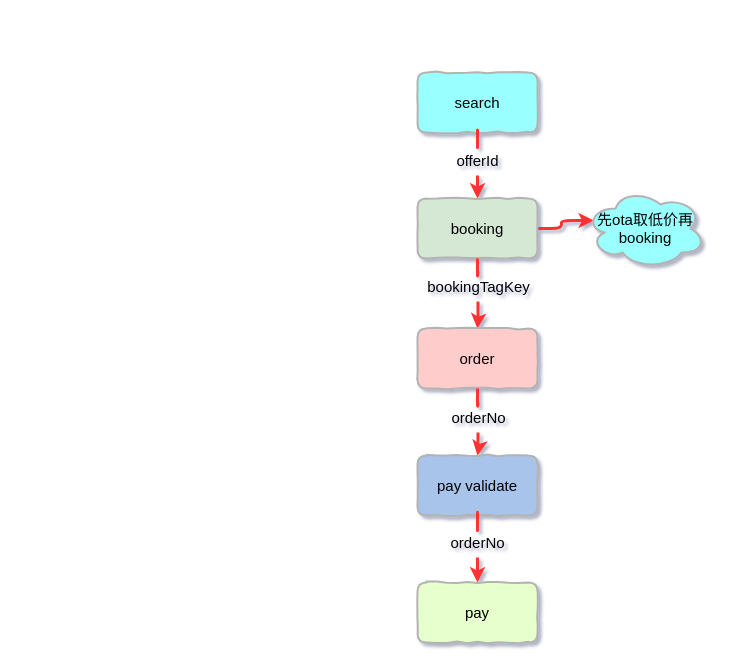
Earlier version of the draw.io diagram 未命名绘图.drawio (cy22-y/qunar). Source tidied: cells renumbered, new cells numbered last; positions are measured from the earlier drawing's top-left corner, leaving out a move shared by most shapes. Both pictures are drawn from the tidied source at 100%, with x=0, y=0 at pixel (417, 72).
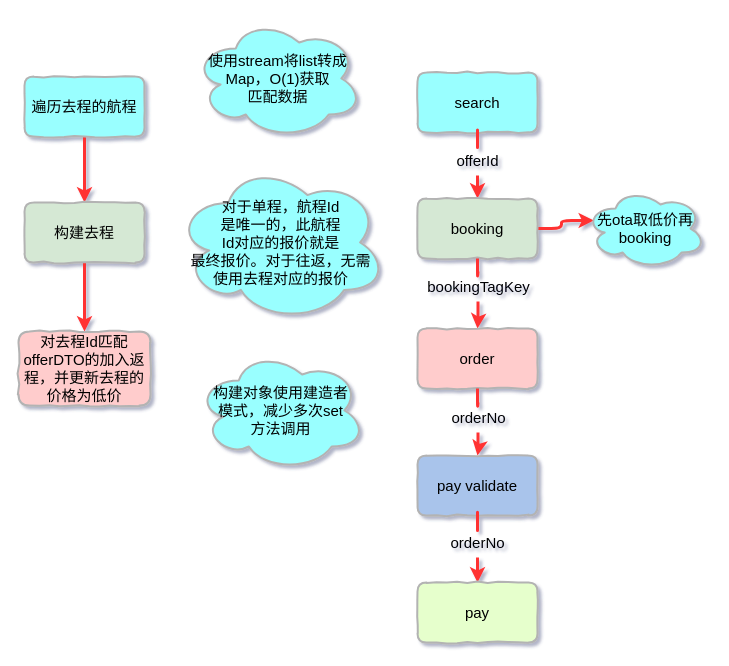
The same diagram, later.

Commit message:
更新未命名绘图.drawio

Diff of the diagram source:
```diff
@@
+    <mxCell id="21" style="edgeStyle=orthogonalEdgeStyle;rounded=1;jettySize=auto;html=1;entryX=0.5;entryY=0;entryDx=0;entryDy=0;strokeColor=#FF3333;strokeWidth=3;fontFamily=Helvetica;fontSize=15;fontColor=default;startArrow=none;exitX=0.5;exitY=1;exitDx=0;exitDy=0;" parent="1" edge="1" source="22" target="24">
+      <mxGeometry relative="1" as="geometry" />
+    </mxCell>
+    <mxCell id="22" value="遍历去程的航程" style="whiteSpace=wrap;html=1;rounded=1;comic=1;strokeColor=#B3B3B3;strokeWidth=2;fontFamily=Helvetica;fontSize=15;fontColor=default;fillColor=#99FFFF;" parent="1" vertex="1">
+      <mxGeometry x="-393" y="4" width="120" height="60" as="geometry" />
+    </mxCell>
+    <mxCell id="23" style="edgeStyle=orthogonalEdgeStyle;rounded=1;jettySize=auto;html=1;entryX=0.5;entryY=0;entryDx=0;entryDy=0;strokeColor=#FF3333;strokeWidth=3;fontFamily=Helvetica;fontSize=15;fontColor=default;startArrow=none;exitX=0.5;exitY=1;exitDx=0;exitDy=0;" parent="1" edge="1" source="24" target="25">
+      <mxGeometry relative="1" as="geometry" />
+    </mxCell>
+    <mxCell id="24" value="构建去程" style="whiteSpace=wrap;html=1;rounded=1;comic=1;strokeColor=#B3B3B3;strokeWidth=2;fontFamily=Helvetica;fontSize=15;fontColor=default;fillColor=#D5E8D4;" parent="1" vertex="1">
+      <mxGeometry x="-393" y="130" width="120" height="60" as="geometry" />
+    </mxCell>
+    <mxCell id="25" value="对去程Id匹配offerDTO的加入返程，并更新去程的价格为低价" style="whiteSpace=wrap;html=1;rounded=1;comic=1;strokeColor=#B3B3B3;strokeWidth=2;fontFamily=Helvetica;fontSize=15;fontColor=default;fillColor=#FFCCCC;" parent="1" vertex="1">
+      <mxGeometry x="-399" y="259" width="132" height="74" as="geometry" />
+    </mxCell>
+    <mxCell id="26" value="使用stream将list转成Map，O(1)获取&lt;br&gt;匹配数据" style="ellipse;shape=cloud;whiteSpace=wrap;html=1;rounded=1;comic=1;strokeColor=#B3B3B3;strokeWidth=2;fontFamily=Helvetica;fontSize=15;fontColor=#000000;fillColor=#99FFFF;" parent="1" vertex="1">
+      <mxGeometry x="-224" y="-54" width="169" height="120" as="geometry" />
+    </mxCell>
+    <mxCell id="27" value="构建对象使用建造者&lt;br&gt;模式，减少多次set&lt;br&gt;方法调用" style="ellipse;shape=cloud;whiteSpace=wrap;html=1;rounded=1;comic=1;strokeColor=#B3B3B3;strokeWidth=2;fontFamily=Helvetica;fontSize=15;fontColor=#000000;fillColor=#99FFFF;" parent="1" vertex="1">
+      <mxGeometry x="-221" y="278" width="169" height="120" as="geometry" />
+    </mxCell>
+    <mxCell id="28" value="对于单程，航程Id&lt;br&gt;是唯一的，此航程&lt;br&gt;Id对应的报价就是&lt;br&gt;最终报价。对于往返，无需&lt;br&gt;使用去程对应的报价" style="ellipse;shape=cloud;whiteSpace=wrap;html=1;rounded=1;comic=1;strokeColor=#B3B3B3;strokeWidth=2;fontFamily=Helvetica;fontSize=15;fontColor=#000000;fillColor=#99FFFF;" parent="1" vertex="1">
+      <mxGeometry x="-242" y="91" width="211" height="158" as="geometry" />
+    </mxCell>
```
